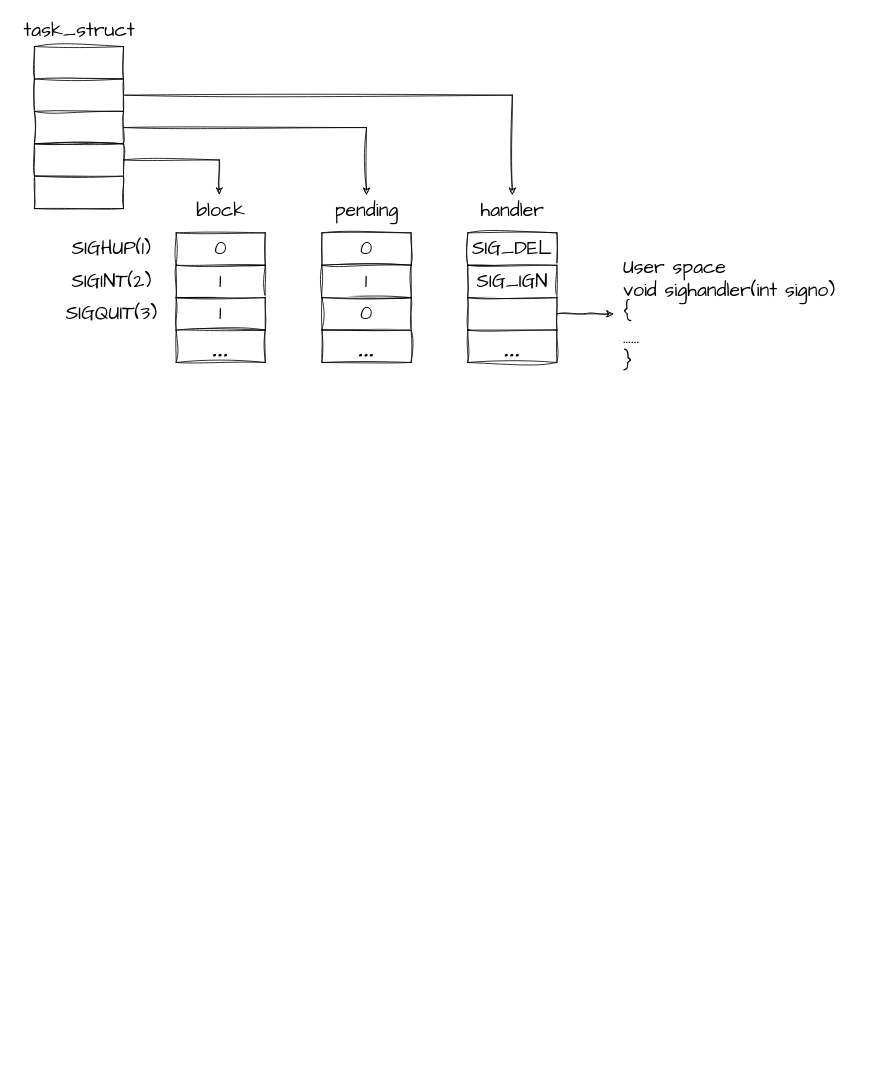
Above: draw/信号.drawio in QinMou000/Code (draw.io), before the change. Source tidied: cells renumbered, new cells numbered last; positions are measured from the earlier drawing's top-left corner, leaving out a move shared by most shapes. Both pictures are drawn from the tidied source at 81%, with x=0, y=0 at pixel (14, 14).
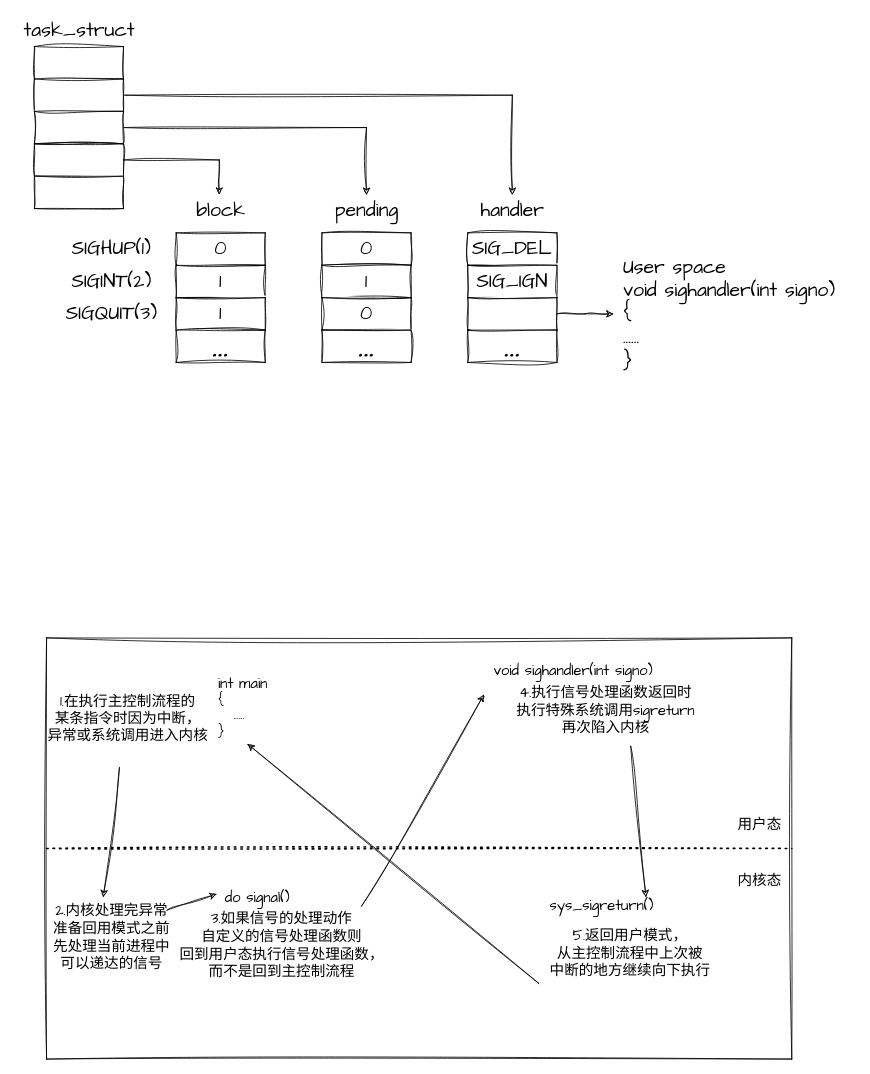
The same diagram, later.

The edit, as a diff of the source:
```diff
@@
+    <mxCell id="31" style="endArrow=none;html=1;rounded=0;sketch=1;hachureGap=4;jiggle=2;curveFitting=1;fontFamily=Architects Daughter;" parent="1" edge="1">
+      <mxGeometry relative="1" as="geometry">
+        <mxPoint x="40" y="770" as="sourcePoint" />
+        <mxPoint x="960" y="770" as="targetPoint" />
+      </mxGeometry>
+    </mxCell>
+    <mxCell id="32" style="endArrow=none;html=1;rounded=0;sketch=1;hachureGap=4;jiggle=2;curveFitting=1;fontFamily=Architects Daughter;" parent="1" edge="1">
+      <mxGeometry relative="1" as="geometry">
+        <mxPoint x="40" y="1290" as="sourcePoint" />
+        <mxPoint x="960" y="1290" as="targetPoint" />
+      </mxGeometry>
+    </mxCell>
+    <mxCell id="33" style="endArrow=none;html=1;rounded=0;sketch=1;hachureGap=4;jiggle=2;curveFitting=1;fontFamily=Architects Daughter;" parent="1" edge="1">
+      <mxGeometry relative="1" as="geometry">
+        <mxPoint x="40" y="1290" as="sourcePoint" />
+        <mxPoint x="40" y="770" as="targetPoint" />
+      </mxGeometry>
+    </mxCell>
+    <mxCell id="34" style="endArrow=none;html=1;rounded=0;sketch=1;hachureGap=4;jiggle=2;curveFitting=1;fontFamily=Architects Daughter;" parent="1" edge="1">
+      <mxGeometry relative="1" as="geometry">
+        <mxPoint x="960" y="1290" as="sourcePoint" />
+        <mxPoint x="960" y="770" as="targetPoint" />
+      </mxGeometry>
+    </mxCell>
+    <mxCell id="35" style="endArrow=none;dashed=1;html=1;dashPattern=1 3;strokeWidth=2;rounded=0;sketch=1;hachureGap=4;jiggle=2;curveFitting=1;fontFamily=Architects Daughter;" parent="1" edge="1">
+      <mxGeometry relative="1" as="geometry">
+        <mxPoint x="40" y="1030" as="sourcePoint" />
+        <mxPoint x="960" y="1030" as="targetPoint" />
+      </mxGeometry>
+    </mxCell>
+    <mxCell id="36" value="&lt;font style=&quot;font-size: 18px;&quot;&gt;内核态&lt;/font&gt;" style="text;html=1;align=center;verticalAlign=middle;strokeColor=none;fillColor=none;fontFamily=Architects Daughter;" parent="1" vertex="1">
+      <mxGeometry x="880" y="1050" width="80" height="40" as="geometry" />
+    </mxCell>
+    <mxCell id="37" value="&lt;font style=&quot;font-size: 18px;&quot;&gt;用户态&lt;/font&gt;" style="text;html=1;align=center;verticalAlign=middle;strokeColor=none;fillColor=none;fontFamily=Architects Daughter;" parent="1" vertex="1">
+      <mxGeometry x="880" y="980" width="80" height="40" as="geometry" />
+    </mxCell>
+    <mxCell id="38" value="&lt;font style=&quot;font-size: 18px;&quot;&gt;int main&lt;/font&gt;&lt;div&gt;&lt;font size=&quot;3&quot;&gt;{&lt;/font&gt;&lt;/div&gt;&lt;div&gt;&lt;span style=&quot;font-size: medium; background-color: initial;&quot;&gt;&amp;nbsp; &amp;nbsp;......&lt;/span&gt;&lt;/div&gt;&lt;div&gt;&lt;font size=&quot;3&quot;&gt;}&lt;/font&gt;&lt;/div&gt;" style="text;html=1;align=left;verticalAlign=middle;points=[];strokeColor=none;fillColor=none;fontFamily=Architects Daughter;" parent="1" vertex="1">
+      <mxGeometry x="250" y="810" width="80" height="90" as="geometry" />
+    </mxCell>
+    <mxCell id="39" value="&lt;font style=&quot;font-size: 18px;&quot;&gt;1.在执行主控制流程的&lt;/font&gt;&lt;div&gt;&lt;font style=&quot;font-size: 18px;&quot;&gt;某条指令时因为中断，&lt;/font&gt;&lt;/div&gt;&lt;div&gt;&lt;font style=&quot;font-size: 18px;&quot;&gt;异常或系统调用进入内核&lt;/font&gt;&lt;/div&gt;" style="text;html=1;align=center;verticalAlign=middle;strokeColor=none;fillColor=none;fontFamily=Architects Daughter;" parent="1" vertex="1">
+      <mxGeometry x="30" y="830" width="220" height="80" as="geometry" />
+    </mxCell>
+    <mxCell id="40" style="endArrow=classic;html=1;rounded=0;sketch=1;hachureGap=4;jiggle=2;curveFitting=1;fontFamily=Architects Daughter;" parent="1" edge="1">
+      <mxGeometry relative="1" as="geometry">
+        <mxPoint x="130" y="930" as="sourcePoint" />
+        <mxPoint x="110" y="1090" as="targetPoint" />
+      </mxGeometry>
+    </mxCell>
+    <mxCell id="41" value="&lt;font style=&quot;font-size: 18px;&quot;&gt;2.内核处理完异常&lt;/font&gt;&lt;div&gt;&lt;font style=&quot;font-size: 18px;&quot;&gt;准备回用模式之前&lt;/font&gt;&lt;/div&gt;&lt;div&gt;&lt;font style=&quot;font-size: 18px;&quot;&gt;先处理当前进程中&lt;/font&gt;&lt;/div&gt;&lt;div&gt;&lt;font style=&quot;font-size: 18px;&quot;&gt;可以递达的信号&lt;/font&gt;&lt;/div&gt;" style="text;html=1;align=center;verticalAlign=middle;strokeColor=none;fillColor=none;fontFamily=Architects Daughter;" parent="1" vertex="1">
+      <mxGeometry x="35" y="1090" width="170" height="100" as="geometry" />
+    </mxCell>
+    <mxCell id="42" value="&lt;font style=&quot;font-size: 18px;&quot;&gt;do signal()&lt;/font&gt;" style="text;html=1;align=center;verticalAlign=middle;points=[];strokeColor=none;fillColor=none;fontFamily=Architects Daughter;" parent="1" vertex="1">
+      <mxGeometry x="250" y="1070" width="100" height="40" as="geometry" />
+    </mxCell>
+    <mxCell id="43" value="&lt;font style=&quot;font-size: 18px;&quot;&gt;3.如果信号的处理动作&lt;/font&gt;&lt;div&gt;&lt;font style=&quot;font-size: 18px;&quot;&gt;自&lt;/font&gt;&lt;font style=&quot;background-color: initial; font-size: 18px;&quot;&gt;定义的信号&lt;/font&gt;&lt;font style=&quot;background-color: initial; font-size: 18px;&quot;&gt;处理函数&lt;/font&gt;&lt;span style=&quot;background-color: initial; font-size: 18px;&quot;&gt;则&lt;/span&gt;&lt;/div&gt;&lt;div&gt;&lt;font style=&quot;background-color: initial; font-size: 18px;&quot;&gt;回到&lt;/font&gt;&lt;span style=&quot;background-color: initial; font-size: 18px;&quot;&gt;用户&lt;/span&gt;&lt;span style=&quot;font-size: 18px; background-color: initial;&quot;&gt;态执行信号&lt;/span&gt;&lt;span style=&quot;background-color: initial; font-size: 18px;&quot;&gt;处理函数，&lt;/span&gt;&lt;/div&gt;&lt;div&gt;&lt;span style=&quot;background-color: initial; font-size: 18px;&quot;&gt;而不是回到主控制流程&lt;/span&gt;&lt;/div&gt;" style="text;html=1;align=center;verticalAlign=middle;points=[];strokeColor=none;fillColor=none;fontFamily=Architects Daughter;" parent="1" vertex="1">
+      <mxGeometry x="190" y="1100" width="280" height="100" as="geometry" />
+    </mxCell>
+    <mxCell id="44" style="endArrow=classic;html=1;rounded=0;sketch=1;hachureGap=4;jiggle=2;curveFitting=1;fontFamily=Architects Daughter;entryX=0;entryY=0.408;entryDx=0;entryDy=0;entryPerimeter=0;exitX=-0.005;exitY=0.062;exitDx=0;exitDy=0;exitPerimeter=0;" parent="1" edge="1" source="43" target="42">
+      <mxGeometry relative="1" as="geometry" />
+    </mxCell>
+    <mxCell id="45" style="endArrow=classic;html=1;rounded=0;sketch=1;hachureGap=4;jiggle=2;curveFitting=1;fontFamily=Architects Daughter;exitX=0.853;exitY=0.012;exitDx=0;exitDy=0;exitPerimeter=0;" parent="1" edge="1" source="43">
+      <mxGeometry relative="1" as="geometry">
+        <mxPoint x="580" y="840" as="targetPoint" />
+      </mxGeometry>
+    </mxCell>
+    <mxCell id="46" value="&lt;font style=&quot;font-size: 18px;&quot;&gt;void sighandler(int signo)&lt;/font&gt;" style="text;html=1;align=center;verticalAlign=middle;strokeColor=none;fillColor=none;fontFamily=Architects Daughter;" parent="1" vertex="1">
+      <mxGeometry x="580" y="790" width="220" height="40" as="geometry" />
+    </mxCell>
+    <mxCell id="47" value="&lt;font style=&quot;font-size: 18px;&quot;&gt;4.执行信号处理函数返回时&lt;/font&gt;&lt;div&gt;&lt;font style=&quot;font-size: 18px;&quot;&gt;执行特殊系统调用sigreturn&lt;/font&gt;&lt;/div&gt;&lt;div&gt;&lt;span style=&quot;font-size: 18px;&quot;&gt;再次陷入内核&lt;/span&gt;&lt;/div&gt;" style="text;html=1;align=center;verticalAlign=middle;points=[];strokeColor=none;fillColor=none;fontFamily=Architects Daughter;" parent="1" vertex="1">
+      <mxGeometry x="610" y="820" width="240" height="80" as="geometry" />
+    </mxCell>
+    <mxCell id="48" style="endArrow=classic;html=1;rounded=0;sketch=1;hachureGap=4;jiggle=2;curveFitting=1;fontFamily=Architects Daughter;exitX=0.63;exitY=1.046;exitDx=0;exitDy=0;exitPerimeter=0;" parent="1" edge="1" source="47">
+      <mxGeometry relative="1" as="geometry">
+        <mxPoint x="780" y="1090" as="targetPoint" />
+      </mxGeometry>
+    </mxCell>
+    <mxCell id="49" value="&lt;font style=&quot;font-size: 18px;&quot;&gt;sys_sigreturn()&lt;/font&gt;" style="text;html=1;align=center;verticalAlign=middle;strokeColor=none;fillColor=none;fontFamily=Architects Daughter;" parent="1" vertex="1">
+      <mxGeometry x="650" y="1080" width="150" height="40" as="geometry" />
+    </mxCell>
+    <mxCell id="50" value="&lt;font style=&quot;font-size: 18px;&quot;&gt;5.返回用户模式，&lt;/font&gt;&lt;div&gt;&lt;font style=&quot;font-size: 18px;&quot;&gt;从主控制流程中上次被&lt;/font&gt;&lt;/div&gt;&lt;div&gt;&lt;font style=&quot;font-size: 18px;&quot;&gt;中断的地方继续向下执行&lt;/font&gt;&lt;/div&gt;" style="text;html=1;align=center;verticalAlign=middle;points=[];strokeColor=none;fillColor=none;fontFamily=Architects Daughter;" parent="1" vertex="1">
+      <mxGeometry x="650" y="1120" width="220" height="80" as="geometry" />
+    </mxCell>
+    <mxCell id="51" style="endArrow=classic;html=1;rounded=0;sketch=1;hachureGap=4;jiggle=2;curveFitting=1;fontFamily=Architects Daughter;exitX=-0.01;exitY=0.958;exitDx=0;exitDy=0;exitPerimeter=0;entryX=0.475;entryY=1.01;entryDx=0;entryDy=0;entryPerimeter=0;" parent="1" edge="1" source="50" target="38">
+      <mxGeometry relative="1" as="geometry" />
+    </mxCell>
```
